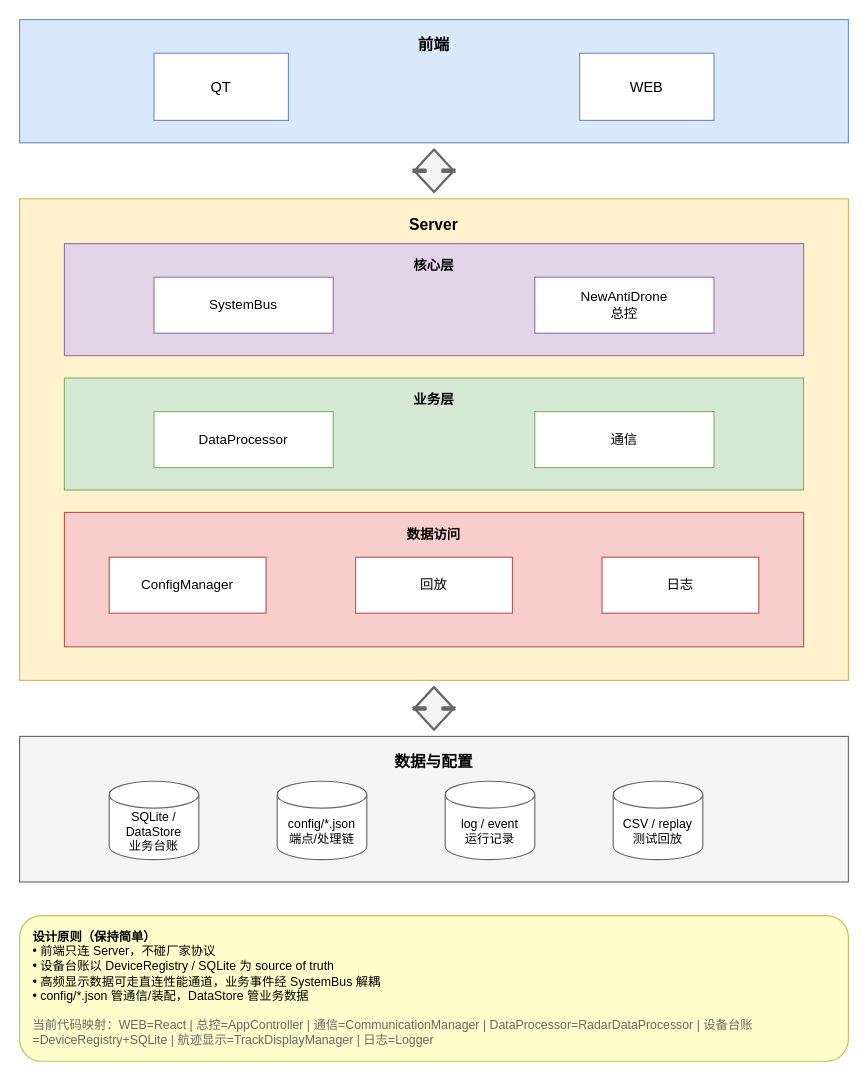
YoungL524/newAnti_arch keeps this draw.io diagram as doc/系统架构.drawio. Above is the earlier version. Source tidied: cells renumbered, new cells numbered last; positions are measured from the earlier drawing's top-left corner, leaving out a move shared by most shapes. Both pictures are drawn from the tidied source at 112%, with x=0, y=0 at pixel (19, 19).
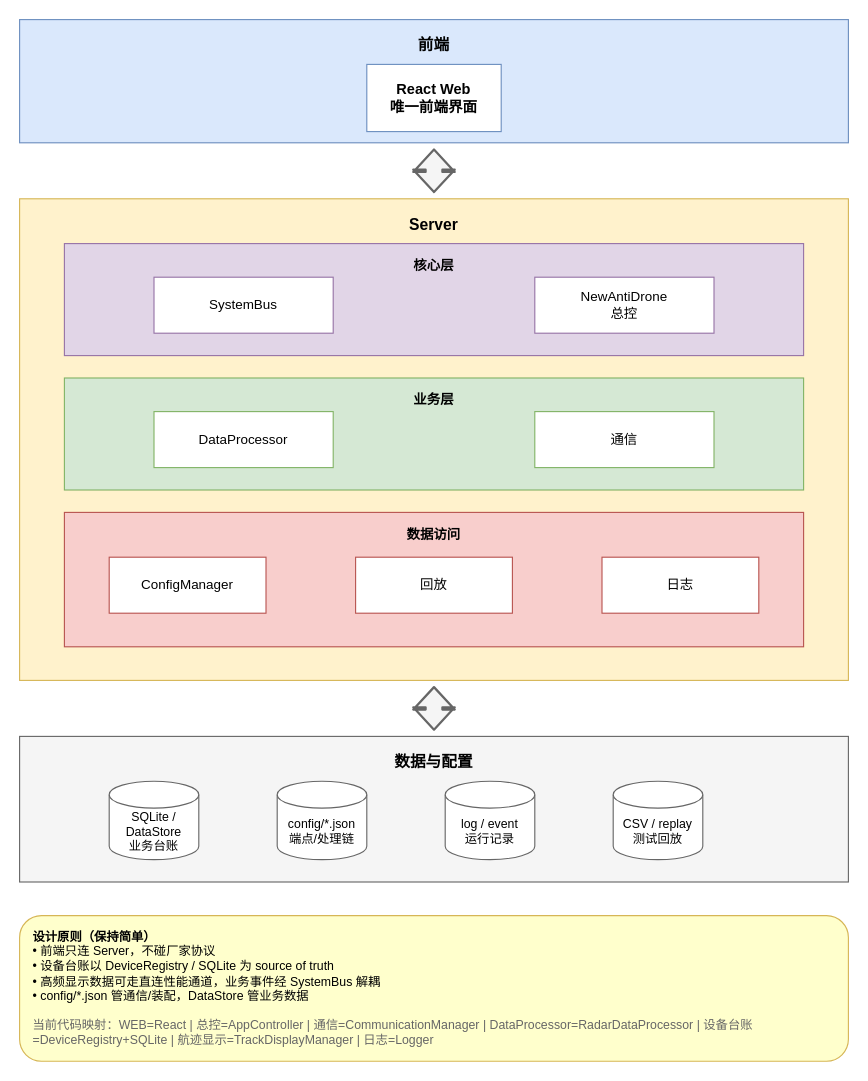
Above is the later version.

What changed in the source:
```diff
@@
-    <mxCell id="3" value="QT" style="rounded=0;whiteSpace=wrap;html=1;fillColor=#ffffff;strokeColor=#6c8ebf;fontSize=13;" parent="1" vertex="1">
-      <mxGeometry x="120" y="30" width="120" height="60" as="geometry" />
-    </mxCell>
-    <mxCell id="4" value="WEB" style="rounded=0;whiteSpace=wrap;html=1;fillColor=#ffffff;strokeColor=#6c8ebf;fontSize=13;" parent="1" vertex="1">
-      <mxGeometry x="500" y="30" width="120" height="60" as="geometry" />
+    <mxCell id="4" value="React Web&#10;唯一前端界面" style="rounded=0;whiteSpace=wrap;html=1;fillColor=#ffffff;strokeColor=#6c8ebf;fontSize=13;fontStyle=1;" parent="1" vertex="1">
+      <mxGeometry x="310" y="40" width="120" height="60" as="geometry" />
     </mxCell>
```
